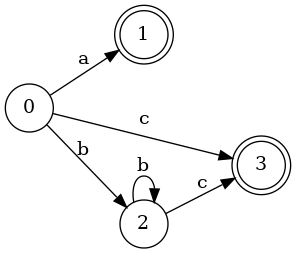
Earlier version of the Graphviz export dfa.png (ilanf-c/lexer-and-parser-for-tiny-and-minc). Its source is kept beside it as dfa.dot. Source of this version:
```dot
digraph {
    rankdir=LR;
    node [shape=circle];
    1 [shape=doublecircle];
    3 [shape=doublecircle];
    0 -> 1 [label="a"];
    0 -> 2 [label="b"];
    0 -> 3 [label="c"];
    2 -> 2 [label="b"];
    2 -> 3 [label="c"];
}
```
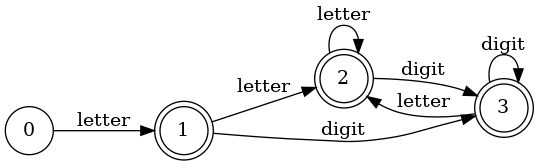
The same diagram one commit later.

Change to the diagram source:
```diff
@@ -2,10 +2,13 @@
     rankdir=LR;
     node [shape=circle];
     1 [shape=doublecircle];
+    2 [shape=doublecircle];
     3 [shape=doublecircle];
-    0 -> 1 [label="a"];
-    0 -> 2 [label="b"];
-    0 -> 3 [label="c"];
-    2 -> 2 [label="b"];
-    2 -> 3 [label="c"];
+    0 -> 1 [label="letter"];
+    1 -> 2 [label="letter"];
+    1 -> 3 [label="digit"];
+    2 -> 2 [label="letter"];
+    2 -> 3 [label="digit"];
+    3 -> 2 [label="letter"];
+    3 -> 3 [label="digit"];
 }
```
